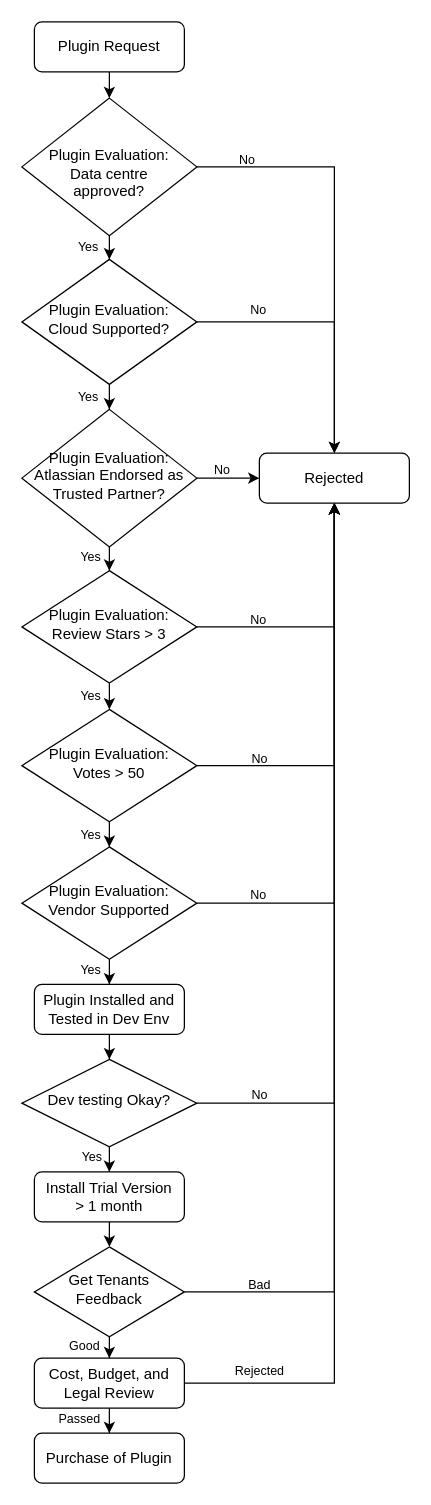
Earlier version of the draw.io diagram page "vertical-layout" (1 of 2) of images/plugin-review-process.drawio (lixinW/ship-hats-docs). Source tidied: cells renumbered, new cells numbered last; positions are measured from the earlier drawing's top-left corner, leaving out a move shared by most shapes. Both pictures are drawn from the tidied source at 125%, with x=0, y=0 at pixel (21, 21).
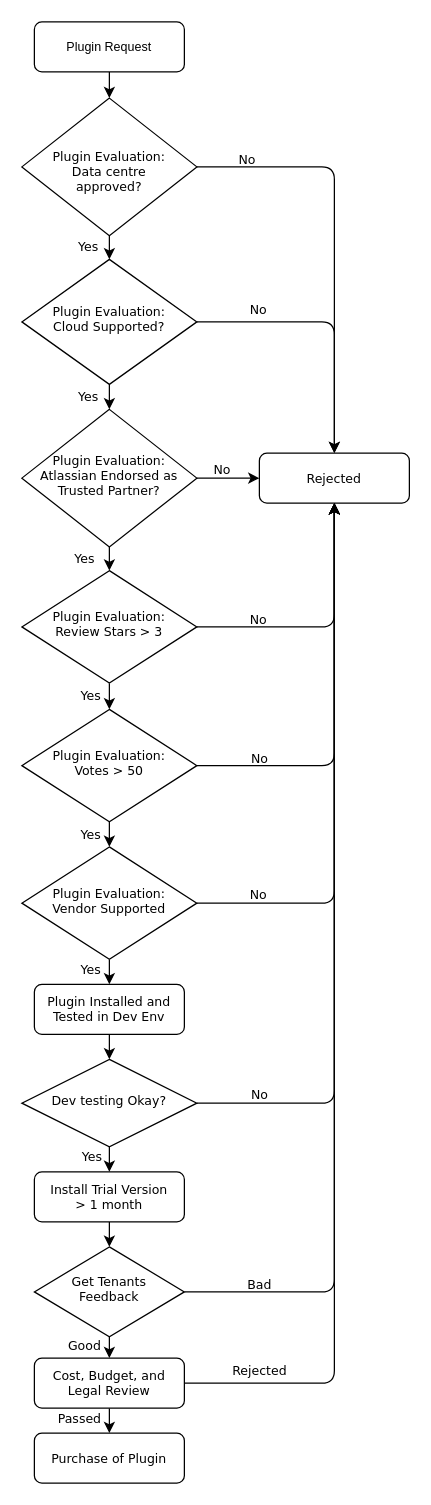
After the change.

The edit, as a diff of the source:
```diff
@@
-    <mxCell id="2" style="edgeStyle=orthogonalEdgeStyle;rounded=0;jettySize=auto;html=1;" parent="1" edge="1" source="3" target="6">
+    <mxCell id="2" style="edgeStyle=orthogonalEdgeStyle;rounded=1;jettySize=auto;html=1;fontFamily=Verdana;" parent="1" edge="1" source="3" target="6">
       <mxGeometry relative="1" as="geometry" />
     </mxCell>
-    <mxCell id="3" value="Plugin Request" style="rounded=1;whiteSpace=wrap;html=1;fontSize=12;glass=0;strokeWidth=1;shadow=0;" parent="1" vertex="1">
+    <mxCell id="3" value="Plugin Request" style="rounded=1;whiteSpace=wrap;html=1;fontSize=10;glass=0;strokeWidth=1;shadow=0;" parent="1" vertex="1">
       <mxGeometry x="10" width="120" height="40" as="geometry" />
     </mxCell>
-    <mxCell id="4" style="edgeStyle=orthogonalEdgeStyle;rounded=0;jettySize=auto;html=1;entryX=0.5;entryY=0;entryDx=0;entryDy=0;" parent="1" edge="1" source="6" target="12">
+    <mxCell id="4" style="edgeStyle=orthogonalEdgeStyle;rounded=1;jettySize=auto;html=1;entryX=0.5;entryY=0;entryDx=0;entryDy=0;fontFamily=Verdana;" parent="1" edge="1" source="6" target="12">
       <mxGeometry relative="1" as="geometry" />
     </mxCell>
-    <mxCell id="5" style="edgeStyle=orthogonalEdgeStyle;rounded=0;jettySize=auto;html=1;entryX=0.5;entryY=0;entryDx=0;entryDy=0;" parent="1" edge="1" source="6" target="9">
+    <mxCell id="5" style="edgeStyle=orthogonalEdgeStyle;rounded=1;jettySize=auto;html=1;entryX=0.5;entryY=0;entryDx=0;entryDy=0;fontFamily=Verdana;" parent="1" edge="1" source="6" target="9">
       <mxGeometry relative="1" as="geometry" />
     </mxCell>
-    <mxCell id="6" value="&lt;br&gt;Plugin Evaluation: &lt;br&gt;Data centre &lt;br&gt;approved?" style="rhombus;whiteSpace=wrap;html=1;shadow=0;fontFamily=Helvetica;fontSize=12;align=center;strokeWidth=1;spacing=6;spacingTop=-4;" parent="1" vertex="1">
+    <mxCell id="6" value="&lt;br style=&quot;font-size: 10px;&quot;&gt;Plugin Evaluation: &lt;br style=&quot;font-size: 10px;&quot;&gt;Data centre &lt;br style=&quot;font-size: 10px;&quot;&gt;approved?" style="rhombus;whiteSpace=wrap;html=1;shadow=0;fontFamily=Verdana;fontSize=10;align=center;strokeWidth=1;spacing=6;spacingTop=-4;" parent="1" vertex="1">
       <mxGeometry y="61" width="140" height="110" as="geometry" />
     </mxCell>
-    <mxCell id="7" style="edgeStyle=orthogonalEdgeStyle;rounded=0;jettySize=auto;html=1;entryX=0.5;entryY=0;entryDx=0;entryDy=0;exitX=0.5;exitY=1;exitDx=0;exitDy=0;" parent="1" edge="1" source="8" target="32">
+    <mxCell id="7" style="edgeStyle=orthogonalEdgeStyle;rounded=1;jettySize=auto;html=1;entryX=0.5;entryY=0;entryDx=0;entryDy=0;exitX=0.5;exitY=1;exitDx=0;exitDy=0;fontFamily=Verdana;" parent="1" edge="1" source="8" target="32">
       <mxGeometry relative="1" as="geometry">
         <Array as="points">
           <mxPoint x="70" y="970" />
           <mxPoint x="70" y="970" />
         </Array>
       </mxGeometry>
     </mxCell>
-    <mxCell id="8" value="Install Trial Version&lt;br&gt;&amp;gt; 1 month" style="rounded=1;whiteSpace=wrap;html=1;fontSize=12;glass=0;strokeWidth=1;shadow=0;" parent="1" vertex="1">
+    <mxCell id="8" value="Install Trial Version&lt;br style=&quot;font-size: 10px;&quot;&gt;&amp;gt; 1 month" style="rounded=1;whiteSpace=wrap;html=1;fontSize=10;glass=0;strokeWidth=1;shadow=0;fontFamily=Verdana;" parent="1" vertex="1">
       <mxGeometry x="10" y="920" width="120" height="40" as="geometry" />
     </mxCell>
-    <mxCell id="9" value="Rejected" style="rounded=1;whiteSpace=wrap;html=1;fontSize=12;glass=0;strokeWidth=1;shadow=0;" parent="1" vertex="1">
+    <mxCell id="9" value="Rejected" style="rounded=1;whiteSpace=wrap;html=1;fontSize=10;glass=0;strokeWidth=1;shadow=0;fontFamily=Verdana;" parent="1" vertex="1">
       <mxGeometry x="190" y="345" width="120" height="40" as="geometry" />
     </mxCell>
-    <mxCell id="10" style="edgeStyle=orthogonalEdgeStyle;rounded=0;jettySize=auto;html=1;entryX=0.5;entryY=0;entryDx=0;entryDy=0;" parent="1" edge="1" source="12" target="15">
+    <mxCell id="10" style="edgeStyle=orthogonalEdgeStyle;rounded=1;jettySize=auto;html=1;entryX=0.5;entryY=0;entryDx=0;entryDy=0;fontFamily=Verdana;" parent="1" edge="1" source="12" target="15">
       <mxGeometry relative="1" as="geometry" />
     </mxCell>
-    <mxCell id="11" style="edgeStyle=orthogonalEdgeStyle;rounded=0;jettySize=auto;html=1;entryX=0.5;entryY=0;entryDx=0;entryDy=0;" parent="1" edge="1" source="12" target="9">
+    <mxCell id="11" style="edgeStyle=orthogonalEdgeStyle;rounded=1;jettySize=auto;html=1;entryX=0.5;entryY=0;entryDx=0;entryDy=0;fontFamily=Verdana;" parent="1" edge="1" source="12" target="9">
       <mxGeometry relative="1" as="geometry" />
     </mxCell>
-    <mxCell id="12" value="Plugin Evaluation: &lt;br&gt;Cloud Supported?" style="rhombus;whiteSpace=wrap;html=1;shadow=0;fontFamily=Helvetica;fontSize=12;align=center;strokeWidth=1;spacing=6;spacingTop=-4;" parent="1" vertex="1">
+    <mxCell id="12" value="Plugin Evaluation: &lt;br style=&quot;font-size: 10px;&quot;&gt;Cloud Supported?" style="rhombus;whiteSpace=wrap;html=1;shadow=0;fontFamily=Verdana;fontSize=10;align=center;strokeWidth=1;spacing=6;spacingTop=-4;" parent="1" vertex="1">
       <mxGeometry y="190" width="140" height="100" as="geometry" />
     </mxCell>
-    <mxCell id="13" style="edgeStyle=orthogonalEdgeStyle;rounded=0;jettySize=auto;html=1;entryX=0;entryY=0.5;entryDx=0;entryDy=0;" parent="1" edge="1" source="15" target="9">
+    <mxCell id="13" style="edgeStyle=orthogonalEdgeStyle;rounded=1;jettySize=auto;html=1;entryX=0;entryY=0.5;entryDx=0;entryDy=0;fontFamily=Verdana;" parent="1" edge="1" source="15" target="9">
       <mxGeometry relative="1" as="geometry" />
     </mxCell>
-    <mxCell id="14" style="edgeStyle=orthogonalEdgeStyle;rounded=0;jettySize=auto;html=1;entryX=0.5;entryY=0;entryDx=0;entryDy=0;" parent="1" edge="1" source="15" target="18">
+    <mxCell id="14" style="edgeStyle=orthogonalEdgeStyle;rounded=1;jettySize=auto;html=1;entryX=0.5;entryY=0;entryDx=0;entryDy=0;fontFamily=Verdana;" parent="1" edge="1" source="15" target="18">
       <mxGeometry relative="1" as="geometry" />
     </mxCell>
-    <mxCell id="15" value="Plugin Evaluation: &lt;br&gt;Atlassian Endorsed as Trusted Partner?" style="rhombus;whiteSpace=wrap;html=1;shadow=0;fontFamily=Helvetica;fontSize=12;align=center;strokeWidth=1;spacing=6;spacingTop=-4;" parent="1" vertex="1">
+    <mxCell id="15" value="Plugin Evaluation: &lt;br style=&quot;font-size: 10px;&quot;&gt;Atlassian Endorsed as Trusted Partner?" style="rhombus;whiteSpace=wrap;html=1;shadow=0;fontFamily=Verdana;fontSize=10;align=center;strokeWidth=1;spacing=6;spacingTop=-4;" parent="1" vertex="1">
       <mxGeometry y="310" width="140" height="110" as="geometry" />
     </mxCell>
-    <mxCell id="16" style="edgeStyle=orthogonalEdgeStyle;rounded=0;jettySize=auto;html=1;entryX=0.5;entryY=1;entryDx=0;entryDy=0;" parent="1" edge="1" source="18" target="9">
+    <mxCell id="16" style="edgeStyle=orthogonalEdgeStyle;rounded=1;jettySize=auto;html=1;entryX=0.5;entryY=1;entryDx=0;entryDy=0;fontFamily=Verdana;" parent="1" edge="1" source="18" target="9">
       <mxGeometry relative="1" as="geometry" />
     </mxCell>
-    <mxCell id="17" style="edgeStyle=orthogonalEdgeStyle;rounded=0;jettySize=auto;html=1;entryX=0.5;entryY=0;entryDx=0;entryDy=0;" parent="1" edge="1" source="18" target="21">
+    <mxCell id="17" style="edgeStyle=orthogonalEdgeStyle;rounded=1;jettySize=auto;html=1;entryX=0.5;entryY=0;entryDx=0;entryDy=0;fontFamily=Verdana;" parent="1" edge="1" source="18" target="21">
       <mxGeometry relative="1" as="geometry" />
     </mxCell>
-    <mxCell id="18" value="Plugin Evaluation: &lt;br&gt;Review Stars &amp;gt; 3" style="rhombus;whiteSpace=wrap;html=1;shadow=0;fontFamily=Helvetica;fontSize=12;align=center;strokeWidth=1;spacing=6;spacingTop=-4;" parent="1" vertex="1">
+    <mxCell id="18" value="Plugin Evaluation: &lt;br style=&quot;font-size: 10px;&quot;&gt;Review Stars &amp;gt; 3" style="rhombus;whiteSpace=wrap;html=1;shadow=0;fontFamily=Verdana;fontSize=10;align=center;strokeWidth=1;spacing=6;spacingTop=-4;" parent="1" vertex="1">
       <mxGeometry y="439" width="140" height="90" as="geometry" />
     </mxCell>
-    <mxCell id="19" style="edgeStyle=orthogonalEdgeStyle;rounded=0;jettySize=auto;html=1;entryX=0.5;entryY=0;entryDx=0;entryDy=0;" parent="1" edge="1" source="21" target="24">
+    <mxCell id="19" style="edgeStyle=orthogonalEdgeStyle;rounded=1;jettySize=auto;html=1;entryX=0.5;entryY=0;entryDx=0;entryDy=0;fontFamily=Verdana;" parent="1" edge="1" source="21" target="24">
       <mxGeometry relative="1" as="geometry" />
     </mxCell>
-    <mxCell id="20" style="edgeStyle=orthogonalEdgeStyle;rounded=0;jettySize=auto;html=1;entryX=0.5;entryY=1;entryDx=0;entryDy=0;" parent="1" edge="1" source="21" target="9">
+    <mxCell id="20" style="edgeStyle=orthogonalEdgeStyle;rounded=1;jettySize=auto;html=1;entryX=0.5;entryY=1;entryDx=0;entryDy=0;fontFamily=Verdana;" parent="1" edge="1" source="21" target="9">
       <mxGeometry relative="1" as="geometry" />
     </mxCell>
-    <mxCell id="21" value="Plugin Evaluation: &lt;br&gt;Votes &amp;gt; 50" style="rhombus;whiteSpace=wrap;html=1;shadow=0;fontFamily=Helvetica;fontSize=12;align=center;strokeWidth=1;spacing=6;spacingTop=-4;" parent="1" vertex="1">
+    <mxCell id="21" value="Plugin Evaluation: &lt;br style=&quot;font-size: 10px;&quot;&gt;Votes &amp;gt; 50" style="rhombus;whiteSpace=wrap;html=1;shadow=0;fontFamily=Verdana;fontSize=10;align=center;strokeWidth=1;spacing=6;spacingTop=-4;" parent="1" vertex="1">
       <mxGeometry y="550" width="140" height="90" as="geometry" />
     </mxCell>
-    <mxCell id="22" style="edgeStyle=orthogonalEdgeStyle;rounded=0;jettySize=auto;html=1;" parent="1" edge="1" source="24" target="26">
+    <mxCell id="22" style="edgeStyle=orthogonalEdgeStyle;rounded=1;jettySize=auto;html=1;fontFamily=Verdana;" parent="1" edge="1" source="24" target="26">
       <mxGeometry relative="1" as="geometry" />
     </mxCell>
-    <mxCell id="23" style="edgeStyle=orthogonalEdgeStyle;rounded=0;jettySize=auto;html=1;entryX=0.5;entryY=1;entryDx=0;entryDy=0;" parent="1" edge="1" source="24" target="9">
+    <mxCell id="23" style="edgeStyle=orthogonalEdgeStyle;rounded=1;jettySize=auto;html=1;entryX=0.5;entryY=1;entryDx=0;entryDy=0;fontFamily=Verdana;" parent="1" edge="1" source="24" target="9">
       <mxGeometry relative="1" as="geometry" />
     </mxCell>
-    <mxCell id="24" value="Plugin Evaluation: &lt;br&gt;Vendor Supported" style="rhombus;whiteSpace=wrap;html=1;shadow=0;fontFamily=Helvetica;fontSize=12;align=center;strokeWidth=1;spacing=6;spacingTop=-4;" parent="1" vertex="1">
+    <mxCell id="24" value="Plugin Evaluation: &lt;br style=&quot;font-size: 10px;&quot;&gt;Vendor Supported" style="rhombus;whiteSpace=wrap;html=1;shadow=0;fontFamily=Verdana;fontSize=10;align=center;strokeWidth=1;spacing=6;spacingTop=-4;" parent="1" vertex="1">
       <mxGeometry y="660" width="140" height="90" as="geometry" />
     </mxCell>
-    <mxCell id="25" style="edgeStyle=orthogonalEdgeStyle;rounded=0;jettySize=auto;html=1;entryX=0.5;entryY=0;entryDx=0;entryDy=0;" parent="1" edge="1" source="26" target="29">
+    <mxCell id="25" style="edgeStyle=orthogonalEdgeStyle;rounded=1;jettySize=auto;html=1;entryX=0.5;entryY=0;entryDx=0;entryDy=0;fontFamily=Verdana;" parent="1" edge="1" source="26" target="29">
       <mxGeometry relative="1" as="geometry" />
     </mxCell>
-    <mxCell id="26" value="Plugin Installed and Tested in Dev Env" style="rounded=1;whiteSpace=wrap;html=1;fontSize=12;glass=0;strokeWidth=1;shadow=0;" parent="1" vertex="1">
+    <mxCell id="26" value="Plugin Installed and Tested in Dev Env" style="rounded=1;whiteSpace=wrap;html=1;fontSize=10;glass=0;strokeWidth=1;shadow=0;fontFamily=Verdana;" parent="1" vertex="1">
       <mxGeometry x="10" y="770" width="120" height="40" as="geometry" />
     </mxCell>
-    <mxCell id="27" style="edgeStyle=orthogonalEdgeStyle;rounded=0;jettySize=auto;html=1;entryX=0.5;entryY=0;entryDx=0;entryDy=0;" parent="1" edge="1" source="29" target="8">
+    <mxCell id="27" style="edgeStyle=orthogonalEdgeStyle;rounded=1;jettySize=auto;html=1;entryX=0.5;entryY=0;entryDx=0;entryDy=0;fontFamily=Verdana;" parent="1" edge="1" source="29" target="8">
       <mxGeometry relative="1" as="geometry" />
     </mxCell>
-    <mxCell id="28" style="edgeStyle=orthogonalEdgeStyle;rounded=0;jettySize=auto;html=1;entryX=0.5;entryY=1;entryDx=0;entryDy=0;" parent="1" edge="1" source="29" target="9">
+    <mxCell id="28" style="edgeStyle=orthogonalEdgeStyle;rounded=1;jettySize=auto;html=1;entryX=0.5;entryY=1;entryDx=0;entryDy=0;fontFamily=Verdana;" parent="1" edge="1" source="29" target="9">
       <mxGeometry relative="1" as="geometry" />
     </mxCell>
-    <mxCell id="29" value="Dev testing Okay?" style="rhombus;whiteSpace=wrap;html=1;shadow=0;fontFamily=Helvetica;fontSize=12;align=center;strokeWidth=1;spacing=6;spacingTop=-4;" parent="1" vertex="1">
+    <mxCell id="29" value="Dev testing Okay?" style="rhombus;whiteSpace=wrap;html=1;shadow=0;fontFamily=Verdana;fontSize=10;align=center;strokeWidth=1;spacing=6;spacingTop=-4;" parent="1" vertex="1">
       <mxGeometry y="830" width="140" height="70" as="geometry" />
     </mxCell>
-    <mxCell id="30" style="edgeStyle=orthogonalEdgeStyle;rounded=0;jettySize=auto;html=1;entryX=0.5;entryY=0;entryDx=0;entryDy=0;" parent="1" edge="1" source="32" target="36">
+    <mxCell id="30" style="edgeStyle=orthogonalEdgeStyle;rounded=1;jettySize=auto;html=1;entryX=0.5;entryY=0;entryDx=0;entryDy=0;fontFamily=Verdana;" parent="1" edge="1" source="32" target="36">
       <mxGeometry relative="1" as="geometry" />
     </mxCell>
-    <mxCell id="31" style="edgeStyle=orthogonalEdgeStyle;rounded=0;jettySize=auto;html=1;entryX=0.5;entryY=1;entryDx=0;entryDy=0;" parent="1" edge="1" source="32" target="9">
+    <mxCell id="31" style="edgeStyle=orthogonalEdgeStyle;rounded=1;jettySize=auto;html=1;entryX=0.5;entryY=1;entryDx=0;entryDy=0;fontFamily=Verdana;" parent="1" edge="1" source="32" target="9">
       <mxGeometry relative="1" as="geometry" />
     </mxCell>
-    <mxCell id="32" value="Get Tenants Feedback" style="rhombus;whiteSpace=wrap;html=1;shadow=0;fontFamily=Helvetica;fontSize=12;align=center;strokeWidth=1;spacing=6;spacingTop=-4;" parent="1" vertex="1">
+    <mxCell id="32" value="Get Tenants Feedback" style="rhombus;whiteSpace=wrap;html=1;shadow=0;fontFamily=Verdana;fontSize=10;align=center;strokeWidth=1;spacing=6;spacingTop=-4;" parent="1" vertex="1">
       <mxGeometry x="10" y="980" width="120" height="72" as="geometry" />
     </mxCell>
-    <mxCell id="33" style="edgeStyle=orthogonalEdgeStyle;rounded=0;jettySize=auto;html=1;" parent="1" edge="1" source="36" target="37">
+    <mxCell id="33" style="edgeStyle=orthogonalEdgeStyle;rounded=1;jettySize=auto;html=1;fontFamily=Verdana;" parent="1" edge="1" source="36" target="37">
       <mxGeometry relative="1" as="geometry" />
     </mxCell>
-    <mxCell id="34" value="&lt;font style=&quot;font-size: 10px&quot;&gt;Passed&lt;/font&gt;" style="edgeLabel;html=1;align=center;verticalAlign=middle;" parent="33" vertex="1">
+    <mxCell id="34" value="&lt;font style=&quot;font-size: 10px&quot;&gt;Passed&lt;/font&gt;" style="edgeLabel;html=1;align=center;verticalAlign=middle;fontFamily=Verdana;" parent="33" vertex="1">
       <mxGeometry x="0.57" y="1" relative="1" as="geometry">
         <mxPoint x="-26" as="offset" />
       </mxGeometry>
     </mxCell>
-    <mxCell id="35" style="edgeStyle=orthogonalEdgeStyle;rounded=0;jettySize=auto;html=1;entryX=0.5;entryY=1;entryDx=0;entryDy=0;" parent="1" edge="1" source="36" target="9">
+    <mxCell id="35" style="edgeStyle=orthogonalEdgeStyle;rounded=1;jettySize=auto;html=1;entryX=0.5;entryY=1;entryDx=0;entryDy=0;fontFamily=Verdana;" parent="1" edge="1" source="36" target="9">
       <mxGeometry relative="1" as="geometry" />
     </mxCell>
-    <mxCell id="36" value="Cost, Budget, and Legal Review" style="rounded=1;whiteSpace=wrap;html=1;fontSize=12;glass=0;strokeWidth=1;shadow=0;" parent="1" vertex="1">
+    <mxCell id="36" value="Cost, Budget, and Legal Review" style="rounded=1;whiteSpace=wrap;html=1;fontSize=10;glass=0;strokeWidth=1;shadow=0;fontFamily=Verdana;" parent="1" vertex="1">
       <mxGeometry x="10" y="1069" width="120" height="40" as="geometry" />
     </mxCell>
-    <mxCell id="37" value="Purchase of Plugin" style="rounded=1;whiteSpace=wrap;html=1;fontSize=12;glass=0;strokeWidth=1;shadow=0;" parent="1" vertex="1">
+    <mxCell id="37" value="Purchase of Plugin" style="rounded=1;whiteSpace=wrap;html=1;fontSize=10;glass=0;strokeWidth=1;shadow=0;fontFamily=Verdana;" parent="1" vertex="1">
       <mxGeometry x="10" y="1129" width="120" height="40" as="geometry" />
     </mxCell>
-    <mxCell id="38" value="Rejected" style="text;html=1;align=center;verticalAlign=middle;strokeColor=none;fillColor=none;fontSize=10;" parent="1" vertex="1">
+    <mxCell id="38" value="Rejected" style="text;html=1;align=center;verticalAlign=middle;strokeColor=none;fillColor=none;fontSize=10;fontFamily=Verdana;" parent="1" vertex="1">
       <mxGeometry x="160" y="1069" width="60" height="20" as="geometry" />
     </mxCell>
-    <mxCell id="39" value="Good" style="text;html=1;align=center;verticalAlign=middle;strokeColor=none;fillColor=none;fontSize=10;" parent="1" vertex="1">
+    <mxCell id="39" value="Good" style="text;html=1;align=center;verticalAlign=middle;strokeColor=none;fillColor=none;fontSize=10;fontFamily=Verdana;" parent="1" vertex="1">
       <mxGeometry x="30" y="1049" width="40" height="20" as="geometry" />
     </mxCell>
-    <mxCell id="40" value="Bad" style="text;html=1;align=center;verticalAlign=middle;strokeColor=none;fillColor=none;fontSize=10;" parent="1" vertex="1">
+    <mxCell id="40" value="Bad" style="text;html=1;align=center;verticalAlign=middle;strokeColor=none;fillColor=none;fontSize=10;fontFamily=Verdana;" parent="1" vertex="1">
       <mxGeometry x="175" y="1000" width="30" height="20" as="geometry" />
     </mxCell>
-    <mxCell id="41" value="No" style="text;html=1;align=center;verticalAlign=middle;strokeColor=none;fillColor=none;fontSize=10;" parent="1" vertex="1">
+    <mxCell id="41" value="No" style="text;html=1;align=center;verticalAlign=middle;strokeColor=none;fillColor=none;fontSize=10;fontFamily=Verdana;" parent="1" vertex="1">
       <mxGeometry x="175" y="848" width="30" height="20" as="geometry" />
     </mxCell>
-    <mxCell id="42" value="Yes" style="text;html=1;align=center;verticalAlign=middle;strokeColor=none;fillColor=none;fontSize=10;" parent="1" vertex="1">
+    <mxCell id="42" value="Yes" style="text;html=1;align=center;verticalAlign=middle;strokeColor=none;fillColor=none;fontSize=10;fontFamily=Verdana;" parent="1" vertex="1">
       <mxGeometry x="41" y="898" width="30" height="20" as="geometry" />
     </mxCell>
-    <mxCell id="43" value="Yes" style="text;html=1;align=center;verticalAlign=middle;strokeColor=none;fillColor=none;fontSize=10;" parent="1" vertex="1">
+    <mxCell id="43" value="Yes" style="text;html=1;align=center;verticalAlign=middle;strokeColor=none;fillColor=none;fontSize=10;fontFamily=Verdana;" parent="1" vertex="1">
       <mxGeometry x="40" y="748" width="30" height="20" as="geometry" />
     </mxCell>
-    <mxCell id="44" value="No" style="text;html=1;align=center;verticalAlign=middle;strokeColor=none;fillColor=none;fontSize=10;" parent="1" vertex="1">
+    <mxCell id="44" value="No" style="text;html=1;align=center;verticalAlign=middle;strokeColor=none;fillColor=none;fontSize=10;fontFamily=Verdana;" parent="1" vertex="1">
       <mxGeometry x="174" y="688" width="30" height="20" as="geometry" />
     </mxCell>
-    <mxCell id="45" value="Yes" style="text;html=1;align=center;verticalAlign=middle;strokeColor=none;fillColor=none;fontSize=10;" parent="1" vertex="1">
+    <mxCell id="45" value="Yes" style="text;html=1;align=center;verticalAlign=middle;strokeColor=none;fillColor=none;fontSize=10;fontFamily=Verdana;" parent="1" vertex="1">
       <mxGeometry x="40" y="640" width="30" height="20" as="geometry" />
     </mxCell>
-    <mxCell id="46" value="Yes" style="text;html=1;align=center;verticalAlign=middle;strokeColor=none;fillColor=none;fontSize=10;" parent="1" vertex="1">
+    <mxCell id="46" value="Yes" style="text;html=1;align=center;verticalAlign=middle;strokeColor=none;fillColor=none;fontSize=10;fontFamily=Verdana;" parent="1" vertex="1">
       <mxGeometry x="40" y="529" width="30" height="20" as="geometry" />
     </mxCell>
-    <mxCell id="47" value="No" style="text;html=1;align=center;verticalAlign=middle;strokeColor=none;fillColor=none;fontSize=10;" parent="1" vertex="1">
+    <mxCell id="47" value="No" style="text;html=1;align=center;verticalAlign=middle;strokeColor=none;fillColor=none;fontSize=10;fontFamily=Verdana;" parent="1" vertex="1">
       <mxGeometry x="175" y="579" width="30" height="20" as="geometry" />
     </mxCell>
-    <mxCell id="48" value="No" style="text;html=1;align=center;verticalAlign=middle;strokeColor=none;fillColor=none;fontSize=10;" parent="1" vertex="1">
+    <mxCell id="48" value="No" style="text;html=1;align=center;verticalAlign=middle;strokeColor=none;fillColor=none;fontSize=10;fontFamily=Verdana;" parent="1" vertex="1">
       <mxGeometry x="174" y="468" width="30" height="20" as="geometry" />
     </mxCell>
-    <mxCell id="49" value="Yes" style="text;html=1;align=center;verticalAlign=middle;strokeColor=none;fillColor=none;fontSize=10;" parent="1" vertex="1">
-      <mxGeometry x="40" y="418" width="30" height="20" as="geometry" />
+    <mxCell id="49" value="Yes" style="text;html=1;align=center;verticalAlign=middle;strokeColor=none;fillColor=none;fontSize=10;fontFamily=Verdana;" parent="1" vertex="1">
+      <mxGeometry x="35" y="419" width="30" height="20" as="geometry" />
     </mxCell>
-    <mxCell id="50" value="No" style="text;html=1;align=center;verticalAlign=middle;strokeColor=none;fillColor=none;fontSize=10;" parent="1" vertex="1">
+    <mxCell id="50" value="No" style="text;html=1;align=center;verticalAlign=middle;strokeColor=none;fillColor=none;fontSize=10;fontFamily=Verdana;" parent="1" vertex="1">
       <mxGeometry x="145" y="348" width="30" height="20" as="geometry" />
     </mxCell>
-    <mxCell id="51" value="No" style="text;html=1;align=center;verticalAlign=middle;strokeColor=none;fillColor=none;fontSize=10;" parent="1" vertex="1">
+    <mxCell id="51" value="No" style="text;html=1;align=center;verticalAlign=middle;strokeColor=none;fillColor=none;fontSize=10;fontFamily=Verdana;" parent="1" vertex="1">
       <mxGeometry x="174" y="220" width="30" height="20" as="geometry" />
     </mxCell>
-    <mxCell id="52" value="Yes" style="text;html=1;align=center;verticalAlign=middle;strokeColor=none;fillColor=none;fontSize=10;" parent="1" vertex="1">
+    <mxCell id="52" value="Yes" style="text;html=1;align=center;verticalAlign=middle;strokeColor=none;fillColor=none;fontSize=10;fontFamily=Verdana;" parent="1" vertex="1">
       <mxGeometry x="38" y="290" width="30" height="20" as="geometry" />
     </mxCell>
-    <mxCell id="53" value="Yes" style="text;html=1;align=center;verticalAlign=middle;strokeColor=none;fillColor=none;fontSize=10;" parent="1" vertex="1">
+    <mxCell id="53" value="Yes" style="text;html=1;align=center;verticalAlign=middle;strokeColor=none;fillColor=none;fontSize=10;fontFamily=Verdana;" parent="1" vertex="1">
       <mxGeometry x="38" y="170" width="30" height="20" as="geometry" />
     </mxCell>
-    <mxCell id="54" value="No" style="text;html=1;align=center;verticalAlign=middle;strokeColor=none;fillColor=none;fontSize=10;" parent="1" vertex="1">
+    <mxCell id="54" value="No" style="text;html=1;align=center;verticalAlign=middle;strokeColor=none;fillColor=none;fontSize=10;fontFamily=Verdana;" parent="1" vertex="1">
       <mxGeometry x="165" y="100" width="30" height="20" as="geometry" />
     </mxCell>
```
